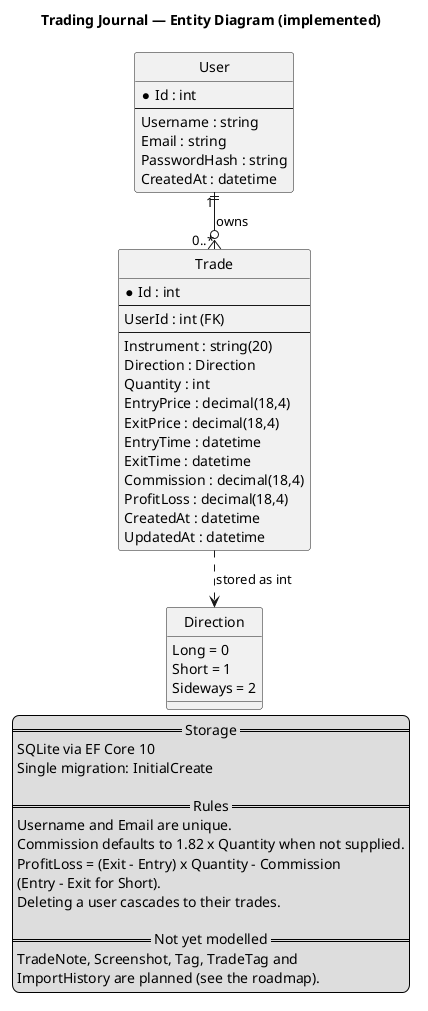
This is docs/entity_diagram.png from immodi/trading-journel, a PlantUML export, as it was before one commit.
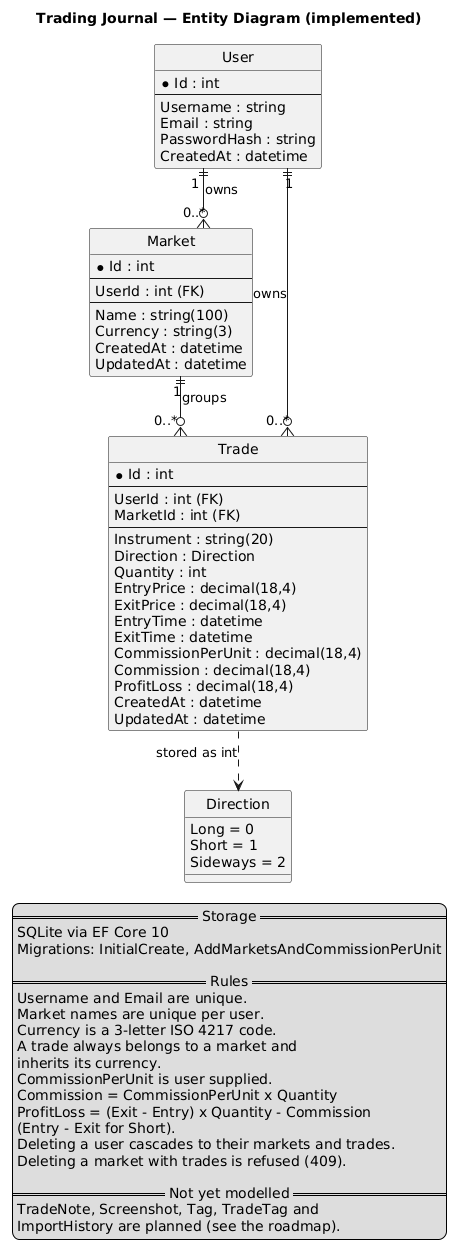
Later version of the same file.

Diff of the diagram source:
```diff
@@ -1,5 +1,4 @@
 @startuml
-!pragma layout smetana
 hide circle
 skinparam linetype ortho
 skinparam shadowing false
@@ -15,10 +14,22 @@
   CreatedAt : datetime
 }
 
+entity "Market" as Market {
+  * Id : int
+  --
+  UserId : int (FK)
+  --
+  Name : string(100)
+  Currency : string(3)
+  CreatedAt : datetime
+  UpdatedAt : datetime
+}
+
 entity "Trade" as Trade {
   * Id : int
   --
   UserId : int (FK)
+  MarketId : int (FK)
   --
   Instrument : string(20)
   Direction : Direction
@@ -27,6 +38,7 @@
   ExitPrice : decimal(18,4)
   EntryTime : datetime
   ExitTime : datetime
+  CommissionPerUnit : decimal(18,4)
   Commission : decimal(18,4)
   ProfitLoss : decimal(18,4)
   CreatedAt : datetime
@@ -39,24 +51,31 @@
   Sideways = 2
 }
 
+User "1" ||--o{ "0..*" Market : owns
 User "1" ||--o{ "0..*" Trade : owns
+Market "1" ||--o{ "0..*" Trade : groups
 Trade ..> Direction : stored as int
 
 legend right
   == Storage ==
   SQLite via EF Core 10
-  Single migration: InitialCreate
+  Migrations: InitialCreate, AddMarketsAndCommissionPerUnit
 
   == Rules ==
   Username and Email are unique.
-  Commission defaults to 1.82 x Quantity when not supplied.
+  Market names are unique per user.
+  Currency is a 3-letter ISO 4217 code.
+  A trade always belongs to a market and
+  inherits its currency.
+  CommissionPerUnit is user supplied.
+  Commission = CommissionPerUnit x Quantity
   ProfitLoss = (Exit - Entry) x Quantity - Commission
   (Entry - Exit for Short).
-  Deleting a user cascades to their trades.
+  Deleting a user cascades to their markets and trades.
+  Deleting a market with trades is refused (409).
 
   == Not yet modelled ==
   TradeNote, Screenshot, Tag, TradeTag and
   ImportHistory are planned (see the roadmap).
 endlegend
-
 @enduml
```
